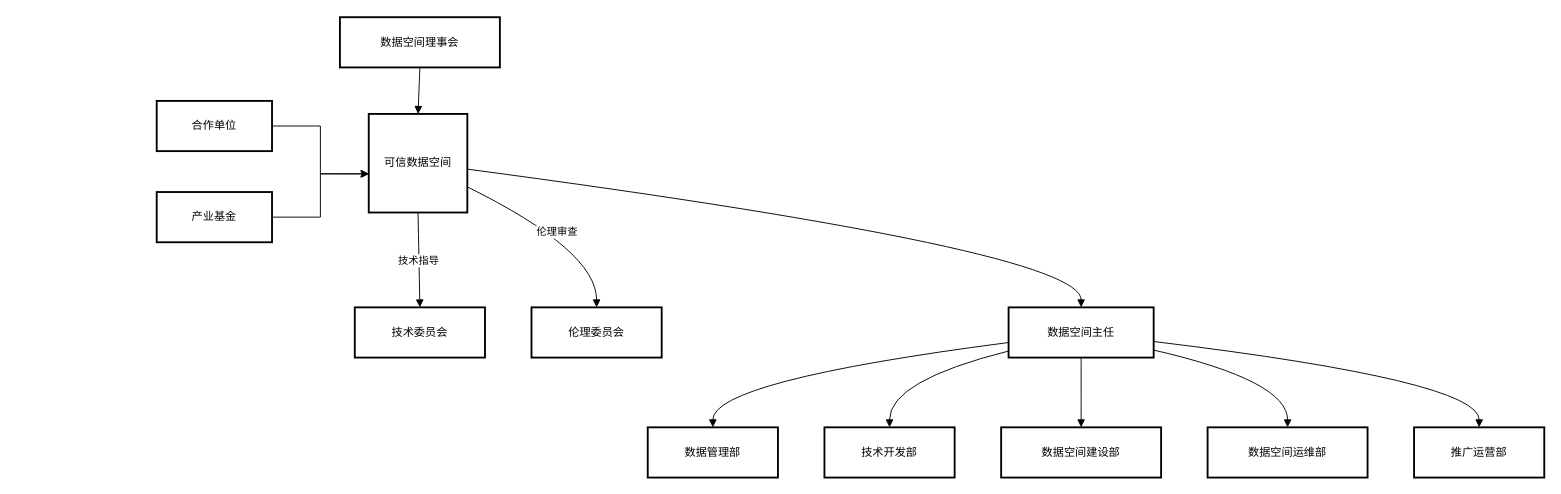
Earlier version of the draw.io diagram 未命名绘图.drawio (leiming8886/codac). Source tidied: cells renumbered, new cells numbered last; positions are measured from the earlier drawing's top-left corner, leaving out a move shared by most shapes. Both pictures are drawn from the tidied source at 93%, with x=0, y=0 at pixel (156, 17).
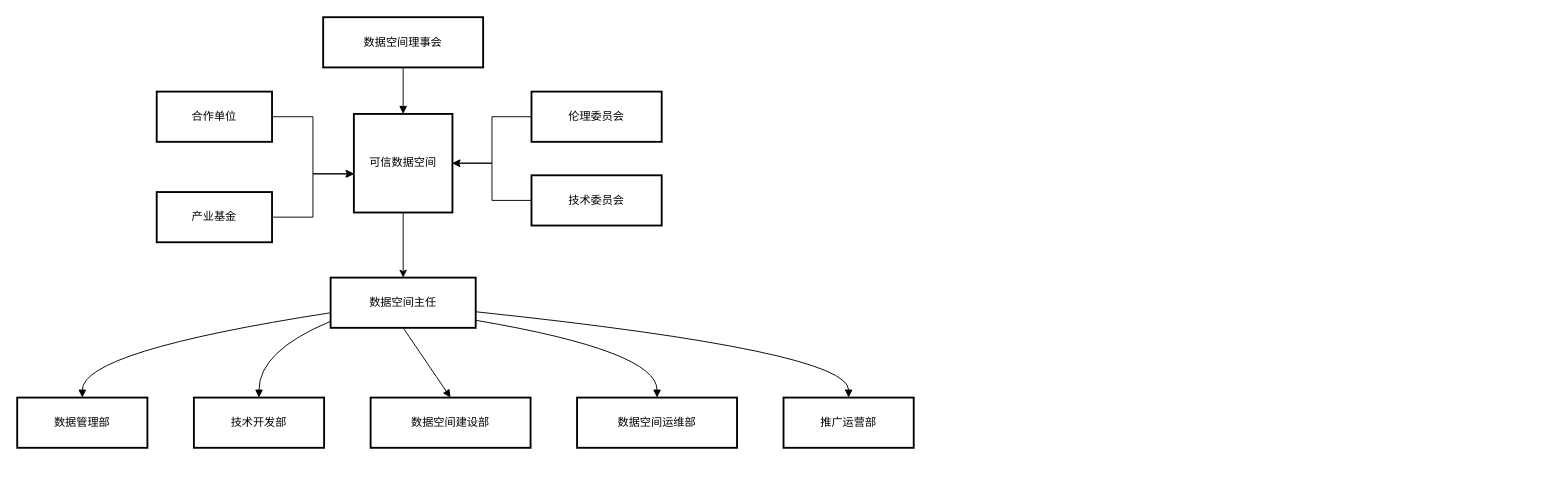
The same page after the edit.

Commit message (it also covers changes not shown here):
更新未命名绘图.drawio

The edit, as a diff of the source:
```diff
@@
     <mxCell id="2" value="数据空间理事会" style="whiteSpace=wrap;strokeWidth=2;" parent="1" vertex="1">
-      <mxGeometry x="197" width="172" height="54" as="geometry" />
+      <mxGeometry x="179" width="172" height="54" as="geometry" />
     </mxCell>
+    <mxCell id="14" style="edgeStyle=orthogonalEdgeStyle;rounded=0;jettySize=auto;html=1;exitX=0.5;exitY=1;exitDx=0;exitDy=0;entryX=0.5;entryY=0;entryDx=0;entryDy=0;" parent="1" edge="1" source="3" target="4">
+      <mxGeometry relative="1" as="geometry" />
+    </mxCell>
     <mxCell id="3" value="可信数据空间" style="strokeWidth=2;whiteSpace=wrap;flipV=1;" parent="1" vertex="1">
-      <mxGeometry x="228" y="104" width="106" height="106" as="geometry" />
+      <mxGeometry x="212" y="104" width="106" height="106" as="geometry" />
     </mxCell>
     <mxCell id="4" value="数据空间主任" style="whiteSpace=wrap;strokeWidth=2;" parent="1" vertex="1">
-      <mxGeometry x="916" y="312" width="156" height="54" as="geometry" />
+      <mxGeometry x="187" y="280" width="156" height="54" as="geometry" />
     </mxCell>
-    <mxCell id="5" value="技术委员会" style="whiteSpace=wrap;strokeWidth=2;" parent="1" vertex="1">
-      <mxGeometry x="213" y="312" width="140" height="54" as="geometry" />
-    </mxCell>
+    <mxCell id="25" style="edgeStyle=orthogonalEdgeStyle;rounded=0;jettySize=auto;html=1;exitX=0;exitY=0.5;exitDx=0;exitDy=0;entryX=1;entryY=0.5;entryDx=0;entryDy=0;" parent="1" edge="1" source="6" target="3">
+      <mxGeometry relative="1" as="geometry" />
+    </mxCell>
     <mxCell id="6" value="伦理委员会" style="whiteSpace=wrap;strokeWidth=2;" parent="1" vertex="1">
-      <mxGeometry x="403" y="312" width="140" height="54" as="geometry" />
+      <mxGeometry x="403" y="80" width="140" height="54" as="geometry" />
     </mxCell>
@@
     <mxCell id="8" value="数据管理部" style="whiteSpace=wrap;strokeWidth=2;" parent="1" vertex="1">
-      <mxGeometry x="528" y="441" width="140" height="54" as="geometry" />
+      <mxGeometry x="-150" y="409" width="140" height="54" as="geometry" />
     </mxCell>
     <mxCell id="9" value="技术开发部" style="whiteSpace=wrap;strokeWidth=2;" parent="1" vertex="1">
-      <mxGeometry x="718" y="441" width="140" height="54" as="geometry" />
+      <mxGeometry x="40" y="409" width="140" height="54" as="geometry" />
     </mxCell>
     <mxCell id="10" value="数据空间建设部" style="whiteSpace=wrap;strokeWidth=2;" parent="1" vertex="1">
-      <mxGeometry x="908" y="441" width="172" height="54" as="geometry" />
+      <mxGeometry x="230" y="409" width="172" height="54" as="geometry" />
     </mxCell>
     <mxCell id="11" value="数据空间运维部" style="whiteSpace=wrap;strokeWidth=2;" parent="1" vertex="1">
-      <mxGeometry x="1130" y="441" width="172" height="54" as="geometry" />
+      <mxGeometry x="452" y="409" width="172" height="54" as="geometry" />
     </mxCell>
     <mxCell id="12" value="推广运营部" style="whiteSpace=wrap;strokeWidth=2;" parent="1" vertex="1">
-      <mxGeometry x="1352" y="441" width="140" height="54" as="geometry" />
+      <mxGeometry x="674" y="409" width="140" height="54" as="geometry" />
     </mxCell>
@@
-    <mxCell id="14" style="curved=1;startArrow=none;endArrow=block;exitX=1;exitY=0.56;entryX=0.5;entryY=0.01;rounded=0;" parent="1" edge="1" source="3" target="4">
-      <mxGeometry relative="1" as="geometry">
-        <Array as="points">
-          <mxPoint x="994" y="251" />
-        </Array>
-      </mxGeometry>
-    </mxCell>
-    <mxCell id="15" value="技术指导" style="curved=1;startArrow=none;endArrow=block;exitX=0.5;exitY=1;entryX=0.5;entryY=0.01;rounded=0;" parent="1" edge="1" source="3" target="5">
-      <mxGeometry relative="1" as="geometry" />
-    </mxCell>
-    <mxCell id="16" value="伦理审查" style="curved=1;startArrow=none;endArrow=block;exitX=1;exitY=0.74;entryX=0.5;entryY=0.01;rounded=0;" parent="1" edge="1" source="3" target="6">
-      <mxGeometry relative="1" as="geometry">
-        <Array as="points">
-          <mxPoint x="473" y="251" />
-        </Array>
-      </mxGeometry>
-    </mxCell>
     <mxCell id="17" style="curved=1;startArrow=none;endArrow=block;exitX=0;exitY=0.7;entryX=0.5;entryY=0.01;rounded=0;" parent="1" edge="1" source="4" target="8">
       <mxGeometry relative="1" as="geometry">
         <Array as="points">
-          <mxPoint x="598" y="391" />
+          <mxPoint x="-80" y="359" />
         </Array>
       </mxGeometry>
     </mxCell>
     <mxCell id="18" style="curved=1;startArrow=none;endArrow=block;exitX=0;exitY=0.87;entryX=0.5;entryY=0.01;rounded=0;" parent="1" edge="1" source="4" target="9">
       <mxGeometry relative="1" as="geometry">
         <Array as="points">
-          <mxPoint x="788" y="391" />
+          <mxPoint x="110" y="359" />
         </Array>
       </mxGeometry>
     </mxCell>
@@
     <mxCell id="20" style="curved=1;startArrow=none;endArrow=block;exitX=1;exitY=0.85;entryX=0.5;entryY=0.01;rounded=0;" parent="1" edge="1" source="4" target="11">
       <mxGeometry relative="1" as="geometry">
         <Array as="points">
-          <mxPoint x="1216" y="391" />
+          <mxPoint x="538" y="359" />
         </Array>
       </mxGeometry>
     </mxCell>
     <mxCell id="21" style="curved=1;startArrow=none;endArrow=block;exitX=1;exitY=0.68;entryX=0.5;entryY=0.01;rounded=0;" parent="1" edge="1" source="4" target="12">
       <mxGeometry relative="1" as="geometry">
         <Array as="points">
-          <mxPoint x="1422" y="391" />
+          <mxPoint x="744" y="359" />
         </Array>
       </mxGeometry>
     </mxCell>
     <mxCell id="22" value="合作单位" style="whiteSpace=wrap;strokeWidth=2;" parent="1" vertex="1">
-      <mxGeometry y="90" width="124" height="54" as="geometry" />
+      <mxGeometry y="80" width="124" height="54" as="geometry" />
     </mxCell>
@@
+    <mxCell id="26" style="edgeStyle=orthogonalEdgeStyle;rounded=0;jettySize=auto;html=1;entryX=1;entryY=0.5;entryDx=0;entryDy=0;" parent="1" edge="1" source="5" target="3">
+      <mxGeometry relative="1" as="geometry" />
+    </mxCell>
+    <mxCell id="5" value="技术委员会" style="whiteSpace=wrap;strokeWidth=2;" parent="1" vertex="1">
+      <mxGeometry x="403" y="170" width="140" height="54" as="geometry" />
+    </mxCell>
```
